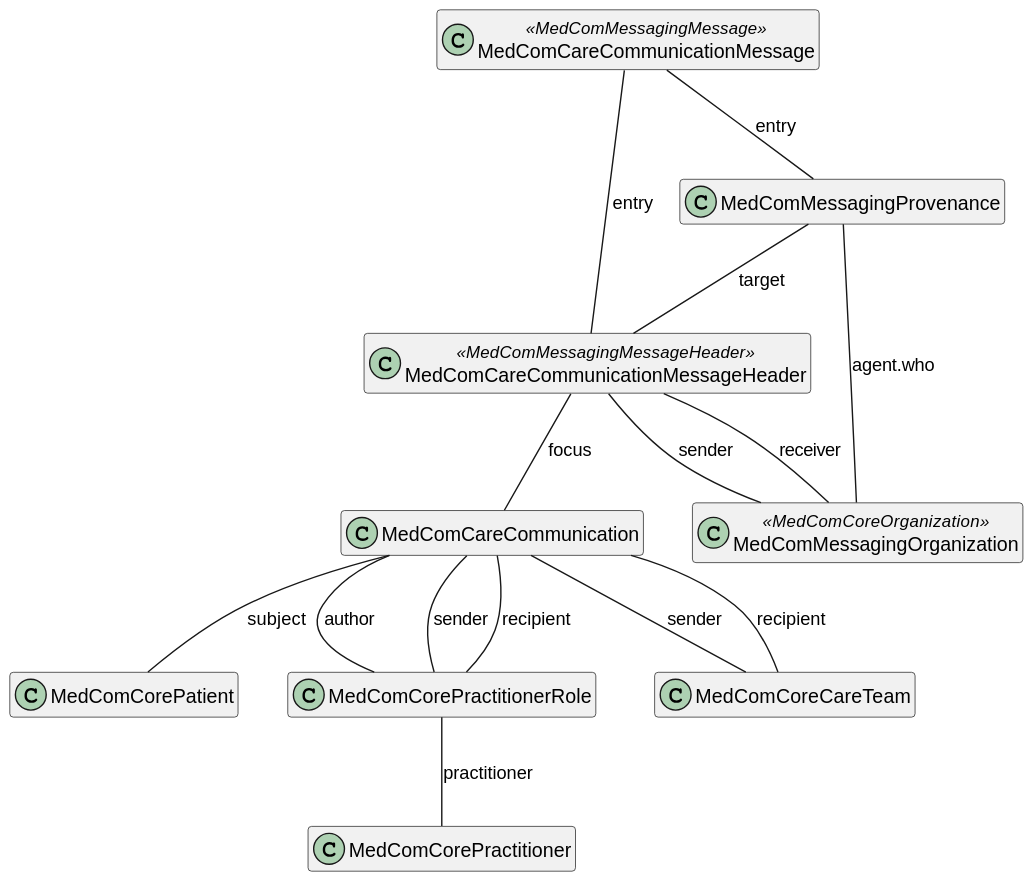
Above: input/images/carecommunication/CareCommunication.svg in medcomdk/dk-medcom-carecommunication (PlantUML), before the change.
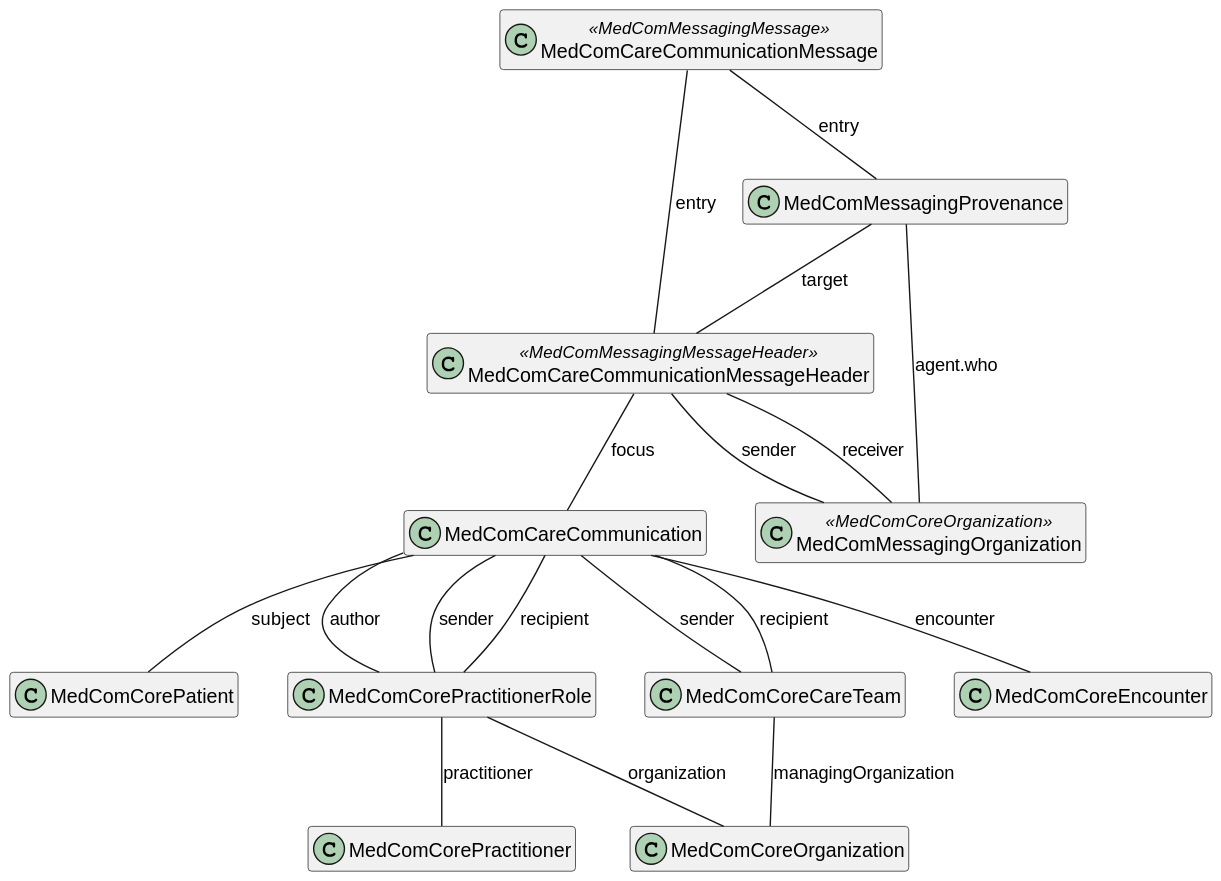
The same file after the commit.

Commit message:
Updated descriptions based on review + updated figures

What changed in the source:
```diff
@@ -13,7 +13,8 @@
 class "MedComCorePractitionerRole" as pracRole
 class "MedComCoreCareTeam" as careteam
 class "MedComCorePractitioner" as author
-
+class "MedComCoreEncounter" as encounter
+class "MedComCoreOrganization" as organization
 
 message -- messageheader : "entry"
 messageheader -- communication : "focus"
@@ -27,6 +28,9 @@
 communication -- pracRole : "sender"
 communication -- pracRole : "recipient"
 pracRole -- author : "practitioner"
+pracRole -- organization : "organization"
+careteam -- organization : "managingOrganization"
+communication -- encounter : "encounter"
 
 
 messageheader -- messagingOrganization : "receiver"
```
